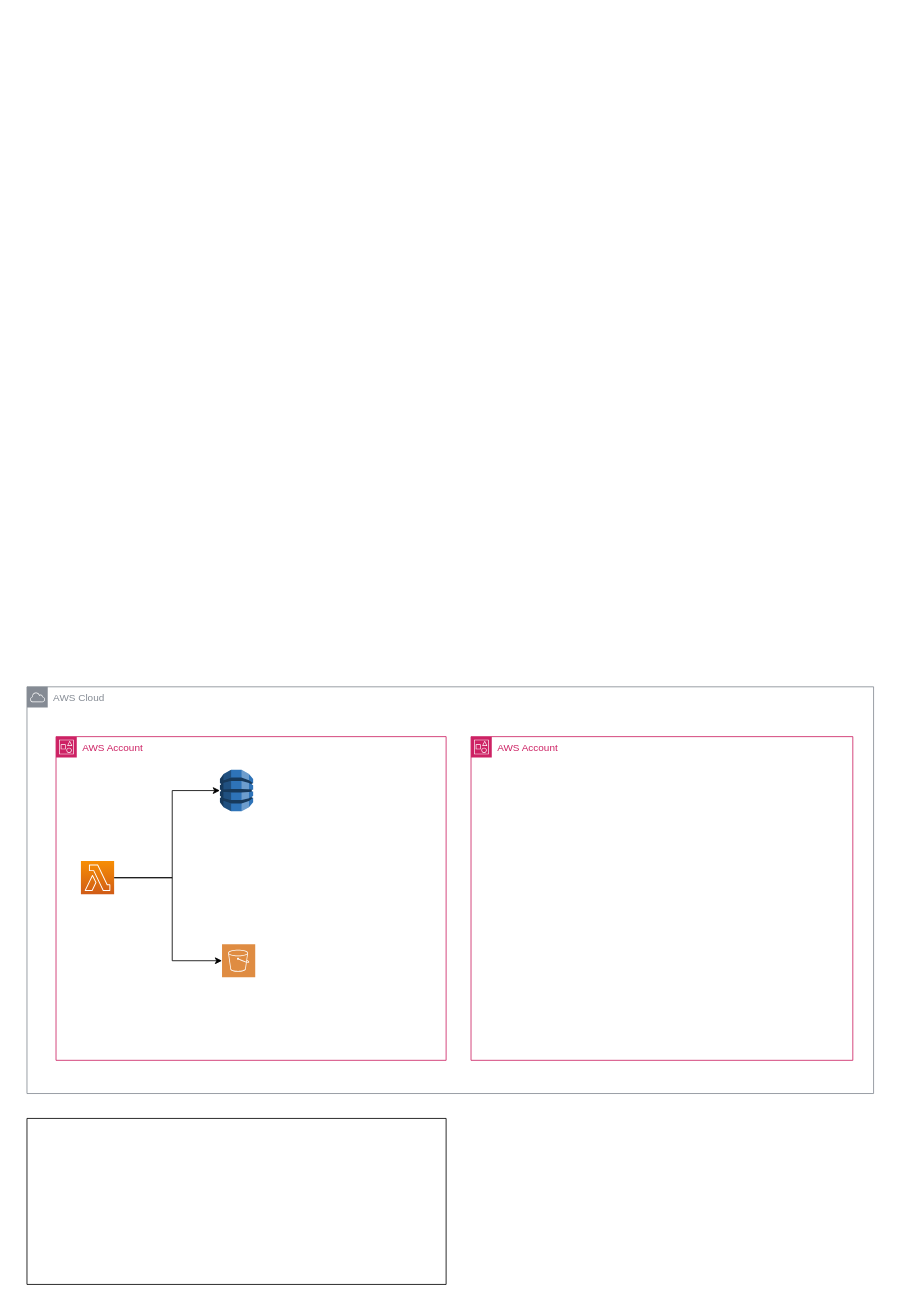
nonate/personalProject keeps this draw.io diagram as page "Athena" (1 of 2) of AWS Tombola.drawio. Above is the earlier version. Source tidied: cells renumbered, new cells numbered last; positions are measured from the earlier drawing's top-left corner, leaving out a move shared by most shapes. Both pictures are drawn from the tidied source at 83%, with x=0, y=0 at pixel (27, 686). Pictures stored in the file or linked from it are replaced by grey dashed boxes.
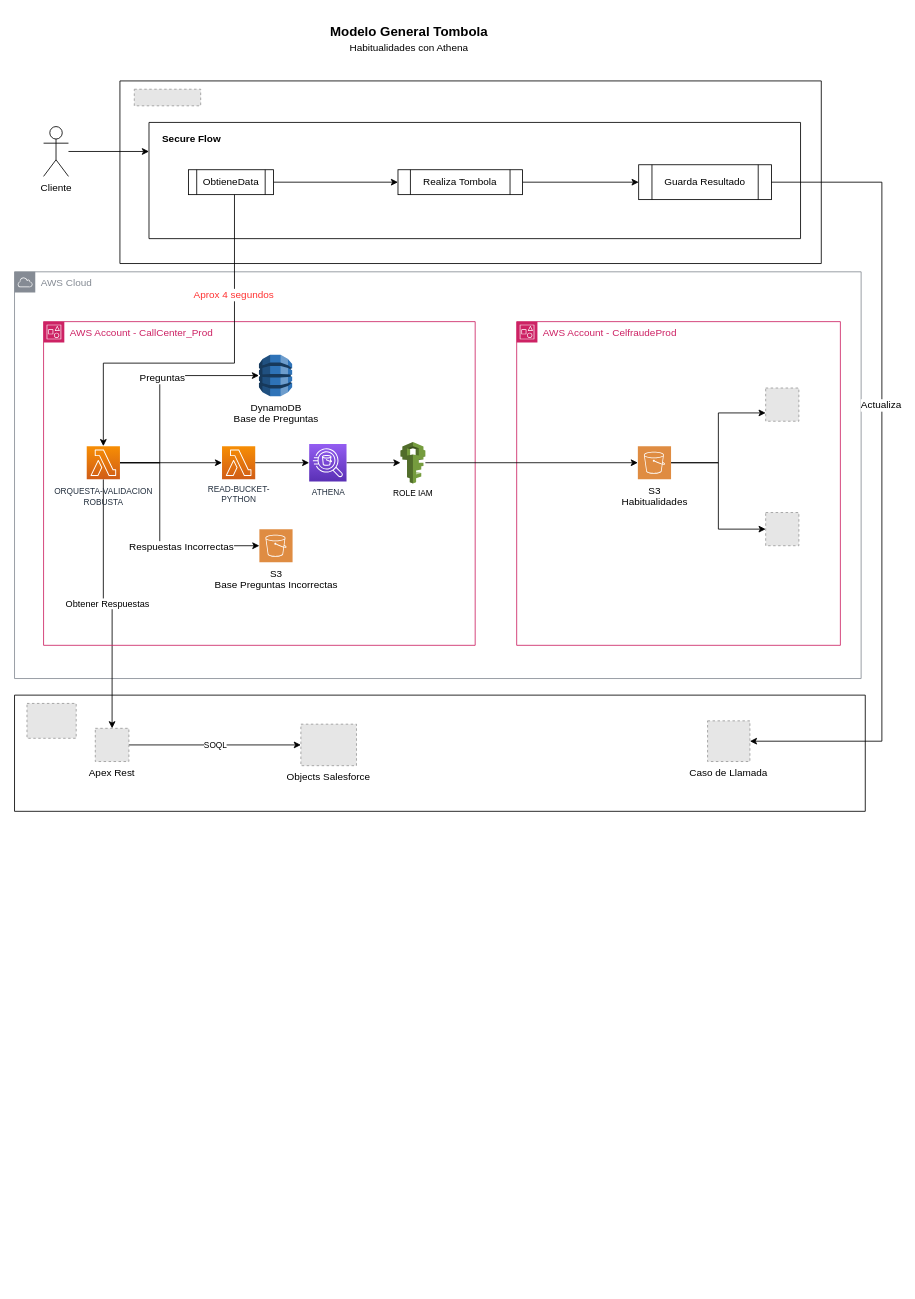
After the change.

Change to the diagram source:
```diff
@@
     <mxCell id="2" value="AWS Cloud" style="sketch=0;gradientColor=none;html=1;whiteSpace=wrap;fontSize=12;fontStyle=0;shape=mxgraph.aws4.group;grIcon=mxgraph.aws4.group_aws_cloud;strokeColor=#858B94;fillColor=none;verticalAlign=top;align=left;spacingLeft=30;fontColor=#858B94;dashed=0;" parent="1" vertex="1">
-      <mxGeometry width="1020" height="490" as="geometry" />
+      <mxGeometry x="-15" y="-500" width="1020" height="490" as="geometry" />
     </mxCell>
     <mxCell id="3" style="edgeStyle=orthogonalEdgeStyle;rounded=0;jettySize=auto;html=1;entryX=0;entryY=0.5;entryDx=0;entryDy=0;entryPerimeter=0;" parent="1" edge="1" source="5" target="7">
       <mxGeometry relative="1" as="geometry">
         <Array as="points">
-          <mxPoint x="175" y="230" />
-          <mxPoint x="175" y="125" />
+          <mxPoint x="160" y="-270" />
+          <mxPoint x="160" y="-375" />
         </Array>
       </mxGeometry>
     </mxCell>
+    <mxCell id="11" value="Preguntas" style="edgeLabel;html=1;align=center;verticalAlign=middle;fontSize=12;" parent="3" vertex="1">
+      <mxGeometry x="0.14" y="-2" relative="1" as="geometry" />
+    </mxCell>
     <mxCell id="4" style="edgeStyle=orthogonalEdgeStyle;rounded=0;jettySize=auto;html=1;" parent="1" edge="1" source="5" target="8">
       <mxGeometry relative="1" as="geometry">
         <Array as="points">
-          <mxPoint x="175" y="230" />
-          <mxPoint x="175" y="330" />
+          <mxPoint x="160" y="-270" />
+          <mxPoint x="160" y="-170" />
         </Array>
       </mxGeometry>
     </mxCell>
+    <mxCell id="12" value="Respuestas Incorrectas" style="edgeLabel;html=1;align=center;verticalAlign=middle;fontSize=12;" parent="4" vertex="1">
+      <mxGeometry x="0.29" y="-1" relative="1" as="geometry" />
+    </mxCell>
+    <mxCell id="13" value="Obtener Respuestas" style="edgeStyle=orthogonalEdgeStyle;rounded=0;jettySize=auto;html=1;entryX=0.5;entryY=0;entryDx=0;entryDy=0;" parent="1" edge="1" source="5" target="23">
+      <mxGeometry relative="1" as="geometry" />
+    </mxCell>
+    <mxCell id="14" style="edgeStyle=orthogonalEdgeStyle;rounded=0;jettySize=auto;html=1;entryX=0;entryY=0.5;entryDx=0;entryDy=0;entryPerimeter=0;fontSize=10;" parent="1" edge="1" source="5" target="15">
+      <mxGeometry relative="1" as="geometry" />
+    </mxCell>
-    <mxCell id="5" style="sketch=0;points=[[0,0,0],[0.25,0,0],[0.5,0,0],[0.75,0,0],[1,0,0],[0,1,0],[0.25,1,0],[0.5,1,0],[0.75,1,0],[1,1,0],[0,0.25,0],[0,0.5,0],[0,0.75,0],[1,0.25,0],[1,0.5,0],[1,0.75,0]];outlineConnect=0;fontColor=#232F3E;gradientColor=#F78E04;gradientDirection=north;fillColor=#D05C17;strokeColor=#ffffff;dashed=0;verticalLabelPosition=bottom;verticalAlign=top;align=center;html=1;fontSize=12;fontStyle=0;shape=mxgraph.aws4.resourceIcon;resIcon=mxgraph.aws4.lambda;" parent="1" vertex="1">
-      <mxGeometry x="65" y="210" width="40" height="40" as="geometry" />
+    <mxCell id="5" value="&lt;font style=&quot;font-size: 10px;&quot;&gt;ORQUESTA-VALIDACION&lt;br&gt;ROBUSTA&lt;/font&gt;" style="sketch=0;points=[[0,0,0],[0.25,0,0],[0.5,0,0],[0.75,0,0],[1,0,0],[0,1,0],[0.25,1,0],[0.5,1,0],[0.75,1,0],[1,1,0],[0,0.25,0],[0,0.5,0],[0,0.75,0],[1,0.25,0],[1,0.5,0],[1,0.75,0]];outlineConnect=0;fontColor=#232F3E;gradientColor=#F78E04;gradientDirection=north;fillColor=#D05C17;strokeColor=#ffffff;dashed=0;verticalLabelPosition=bottom;verticalAlign=top;align=center;html=1;fontSize=12;fontStyle=0;shape=mxgraph.aws4.resourceIcon;resIcon=mxgraph.aws4.lambda;" parent="1" vertex="1">
+      <mxGeometry x="72" y="-290" width="40" height="40" as="geometry" />
     </mxCell>
-    <mxCell id="6" value="AWS Account" style="gradientColor=none;html=1;whiteSpace=wrap;fontSize=12;fontStyle=0;shape=mxgraph.aws4.group;grIcon=mxgraph.aws4.group_account;strokeColor=#CD2264;fillColor=none;verticalAlign=top;align=left;spacingLeft=30;fontColor=#CD2264;dashed=0;" parent="1" vertex="1">
-      <mxGeometry x="35" y="60" width="470" height="390" as="geometry" />
+    <mxCell id="6" value="AWS Account - CallCenter_Prod" style="gradientColor=none;html=1;whiteSpace=wrap;fontSize=12;fontStyle=0;shape=mxgraph.aws4.group;grIcon=mxgraph.aws4.group_account;strokeColor=#CD2264;fillColor=none;verticalAlign=top;align=left;spacingLeft=30;fontColor=#CD2264;dashed=0;" parent="1" vertex="1">
+      <mxGeometry x="20" y="-440" width="520" height="390" as="geometry" />
     </mxCell>
-    <mxCell id="7" style="outlineConnect=0;dashed=0;verticalLabelPosition=bottom;verticalAlign=top;align=center;html=1;shape=mxgraph.aws3.dynamo_db;fillColor=#2E73B8;gradientColor=none;" parent="6" vertex="1">
-      <mxGeometry x="197.5" y="40" width="40" height="50" as="geometry" />
+    <mxCell id="7" value="DynamoDB&lt;br&gt;Base de Preguntas" style="outlineConnect=0;dashed=0;verticalLabelPosition=bottom;verticalAlign=top;align=center;html=1;shape=mxgraph.aws3.dynamo_db;fillColor=#2E73B8;gradientColor=none;" parent="6" vertex="1">
+      <mxGeometry x="259.5" y="40" width="40" height="50" as="geometry" />
     </mxCell>
-    <mxCell id="8" style="sketch=0;shadow=0;dashed=0;html=1;strokeColor=none;fillColor=#DF8C42;labelPosition=center;verticalLabelPosition=bottom;verticalAlign=top;align=center;outlineConnect=0;shape=mxgraph.veeam2.aws_s3;" parent="6" vertex="1">
-      <mxGeometry x="200" y="250" width="40" height="40" as="geometry" />
+    <mxCell id="8" value="S3&lt;br&gt;Base Preguntas Incorrectas" style="sketch=0;shadow=0;dashed=0;html=1;strokeColor=none;fillColor=#DF8C42;labelPosition=center;verticalLabelPosition=bottom;verticalAlign=top;align=center;outlineConnect=0;shape=mxgraph.veeam2.aws_s3;" parent="6" vertex="1">
+      <mxGeometry x="260" y="250" width="40" height="40" as="geometry" />
     </mxCell>
+    <mxCell id="15" value="READ-BUCKET-&lt;br style=&quot;font-size: 10px;&quot;&gt;PYTHON&lt;br style=&quot;font-size: 10px;&quot;&gt;" style="sketch=0;points=[[0,0,0],[0.25,0,0],[0.5,0,0],[0.75,0,0],[1,0,0],[0,1,0],[0.25,1,0],[0.5,1,0],[0.75,1,0],[1,1,0],[0,0.25,0],[0,0.5,0],[0,0.75,0],[1,0.25,0],[1,0.5,0],[1,0.75,0]];outlineConnect=0;fontColor=#232F3E;gradientColor=#F78E04;gradientDirection=north;fillColor=#D05C17;strokeColor=#ffffff;dashed=0;verticalLabelPosition=bottom;verticalAlign=top;align=center;html=1;fontSize=10;fontStyle=0;shape=mxgraph.aws4.resourceIcon;resIcon=mxgraph.aws4.lambda;" parent="6" vertex="1">
+      <mxGeometry x="215" y="150" width="40" height="40" as="geometry" />
+    </mxCell>
+    <mxCell id="16" value="ROLE IAM" style="outlineConnect=0;dashed=0;verticalLabelPosition=bottom;verticalAlign=top;align=center;html=1;shape=mxgraph.aws3.iam;fillColor=#759C3E;gradientColor=none;fontSize=10;" parent="6" vertex="1">
+      <mxGeometry x="430" y="145" width="30" height="50" as="geometry" />
+    </mxCell>
+    <mxCell id="17" style="edgeStyle=orthogonalEdgeStyle;rounded=0;jettySize=auto;html=1;fontSize=10;" parent="6" edge="1" source="18" target="16">
+      <mxGeometry relative="1" as="geometry" />
+    </mxCell>
+    <mxCell id="18" value="ATHENA" style="sketch=0;points=[[0,0,0],[0.25,0,0],[0.5,0,0],[0.75,0,0],[1,0,0],[0,1,0],[0.25,1,0],[0.5,1,0],[0.75,1,0],[1,1,0],[0,0.25,0],[0,0.5,0],[0,0.75,0],[1,0.25,0],[1,0.5,0],[1,0.75,0]];outlineConnect=0;fontColor=#232F3E;gradientColor=#945DF2;gradientDirection=north;fillColor=#5A30B5;strokeColor=#ffffff;dashed=0;verticalLabelPosition=bottom;verticalAlign=top;align=center;html=1;fontSize=10;fontStyle=0;shape=mxgraph.aws4.resourceIcon;resIcon=mxgraph.aws4.athena;" parent="6" vertex="1">
+      <mxGeometry x="320" y="147.5" width="45" height="45" as="geometry" />
+    </mxCell>
+    <mxCell id="19" style="edgeStyle=orthogonalEdgeStyle;rounded=0;jettySize=auto;html=1;fontSize=10;" parent="6" edge="1" source="15" target="18">
+      <mxGeometry relative="1" as="geometry" />
+    </mxCell>
-    <mxCell id="9" value="AWS Account" style="gradientColor=none;html=1;whiteSpace=wrap;fontSize=12;fontStyle=0;shape=mxgraph.aws4.group;grIcon=mxgraph.aws4.group_account;strokeColor=#CD2264;fillColor=none;verticalAlign=top;align=left;spacingLeft=30;fontColor=#CD2264;dashed=0;" parent="1" vertex="1">
-      <mxGeometry x="535" y="60" width="460" height="390" as="geometry" />
+    <mxCell id="9" value="AWS Account - CelfraudeProd&amp;nbsp;" style="gradientColor=none;html=1;whiteSpace=wrap;fontSize=12;fontStyle=0;shape=mxgraph.aws4.group;grIcon=mxgraph.aws4.group_account;strokeColor=#CD2264;fillColor=none;verticalAlign=top;align=left;spacingLeft=30;fontColor=#CD2264;dashed=0;" parent="1" vertex="1">
+      <mxGeometry x="590" y="-440" width="390" height="390" as="geometry" />
     </mxCell>
+    <mxCell id="20" style="fillColor=#E6E6E6;strokeColor=#999999;dashed=1;html=1;verticalAlign=top;verticalLabelPosition=bottom;labelBackgroundColor=#ffffff;fontSize=10;" parent="9" vertex="1">
+      <mxGeometry x="300" y="230" width="40" height="40" as="geometry" />
+    </mxCell>
     <mxCell id="10" style="swimlane;startSize=0;" parent="1" vertex="1">
-      <mxGeometry y="520" width="505" height="200" as="geometry" />
+      <mxGeometry x="-15" y="10" width="1025" height="140" as="geometry" />
     </mxCell>
+    <mxCell id="21" style="fillColor=#E6E6E6;strokeColor=#999999;dashed=1;verticalLabelPosition=bottom;labelBackgroundColor=default;verticalAlign=top;" parent="10" vertex="1">
+      <mxGeometry x="15" y="10" width="59.3" height="42" as="geometry" />
+    </mxCell>
+    <mxCell id="22" value="SOQL" style="edgeStyle=orthogonalEdgeStyle;rounded=0;jettySize=auto;html=1;entryX=0;entryY=0.5;entryDx=0;entryDy=0;fontSize=10;" parent="10" edge="1" source="23" target="24">
+      <mxGeometry relative="1" as="geometry" />
+    </mxCell>
+    <mxCell id="23" value="Apex Rest" style="fillColor=#E6E6E6;strokeColor=#999999;dashed=1;verticalLabelPosition=bottom;labelBackgroundColor=default;verticalAlign=top;" parent="10" vertex="1">
+      <mxGeometry x="97.3" y="40" width="40.5" height="40" as="geometry" />
+    </mxCell>
+    <mxCell id="24" value="Objects Salesforce" style="fillColor=#E6E6E6;strokeColor=#999999;dashed=1;verticalLabelPosition=bottom;labelBackgroundColor=default;verticalAlign=top;" parent="10" vertex="1">
+      <mxGeometry x="345" y="35" width="67" height="50" as="geometry" />
+    </mxCell>
+    <mxCell id="25" value="Caso de Llamada" style="fillColor=#E6E6E6;strokeColor=#999999;dashed=1;verticalLabelPosition=bottom;labelBackgroundColor=default;verticalAlign=top;" parent="10" vertex="1">
+      <mxGeometry x="835" y="31" width="51" height="49" as="geometry" />
+    </mxCell>
+    <mxCell id="26" style="edgeStyle=orthogonalEdgeStyle;rounded=0;jettySize=auto;html=1;entryX=0;entryY=0.75;entryDx=0;entryDy=0;fontSize=10;" parent="1" edge="1" source="28" target="29">
+      <mxGeometry relative="1" as="geometry" />
+    </mxCell>
+    <mxCell id="27" style="edgeStyle=orthogonalEdgeStyle;rounded=0;jettySize=auto;html=1;entryX=0;entryY=0.5;entryDx=0;entryDy=0;fontSize=10;" parent="1" edge="1" source="28" target="20">
+      <mxGeometry relative="1" as="geometry" />
+    </mxCell>
+    <mxCell id="28" value="S3&lt;br&gt;Habitualidades" style="sketch=0;shadow=0;dashed=0;html=1;strokeColor=none;fillColor=#DF8C42;labelPosition=center;verticalLabelPosition=bottom;verticalAlign=top;align=center;outlineConnect=0;shape=mxgraph.veeam2.aws_s3;" parent="1" vertex="1">
+      <mxGeometry x="736" y="-290" width="40" height="40" as="geometry" />
+    </mxCell>
+    <mxCell id="29" style="fillColor=#E6E6E6;strokeColor=#999999;dashed=1;html=1;verticalAlign=top;verticalLabelPosition=bottom;labelBackgroundColor=#ffffff;fontSize=10;" parent="1" vertex="1">
+      <mxGeometry x="890" y="-360" width="40" height="40" as="geometry" />
+    </mxCell>
+    <mxCell id="30" style="edgeStyle=orthogonalEdgeStyle;rounded=0;jettySize=auto;html=1;fontSize=10;" parent="1" edge="1" source="16" target="28">
+      <mxGeometry relative="1" as="geometry" />
+    </mxCell>
+    <mxCell id="31" style="swimlane;startSize=0;fontSize=10;" parent="1" vertex="1">
+      <mxGeometry x="112" y="-730" width="845" height="220" as="geometry" />
+    </mxCell>
+    <mxCell id="32" style="fillColor=#E6E6E6;strokeColor=#999999;dashed=1;verticalLabelPosition=bottom;labelBackgroundColor=default;verticalAlign=top;" parent="31" vertex="1">
+      <mxGeometry x="17.3" y="10" width="80" height="20" as="geometry" />
+    </mxCell>
+    <mxCell id="33" style="swimlane;startSize=0;fontSize=10;" parent="31" vertex="1">
+      <mxGeometry x="35" y="50" width="785" height="140" as="geometry" />
+    </mxCell>
+    <mxCell id="34" value="Secure Flow" style="text;strokeColor=none;fillColor=none;html=1;fontSize=12;fontStyle=1;verticalAlign=middle;align=center;" parent="33" vertex="1">
+      <mxGeometry x="27.5" y="10" width="47.7" height="20" as="geometry" />
+    </mxCell>
+    <mxCell id="35" style="edgeStyle=orthogonalEdgeStyle;rounded=0;jettySize=auto;html=1;fontSize=12;" parent="33" edge="1" source="36" target="38">
+      <mxGeometry relative="1" as="geometry" />
+    </mxCell>
+    <mxCell id="36" value="ObtieneData" style="shape=process;whiteSpace=wrap;html=1;backgroundOutline=1;fontSize=12;" parent="33" vertex="1">
+      <mxGeometry x="47.5" y="57" width="102.5" height="30" as="geometry" />
+    </mxCell>
+    <mxCell id="37" style="edgeStyle=orthogonalEdgeStyle;rounded=0;jettySize=auto;html=1;fontSize=12;" parent="33" edge="1" source="38" target="39">
+      <mxGeometry relative="1" as="geometry" />
+    </mxCell>
+    <mxCell id="38" value="Realiza Tombola" style="shape=process;whiteSpace=wrap;html=1;backgroundOutline=1;fontSize=12;" parent="33" vertex="1">
+      <mxGeometry x="300" y="57" width="150" height="30" as="geometry" />
+    </mxCell>
+    <mxCell id="39" value="Guarda Resultado" style="shape=process;whiteSpace=wrap;html=1;backgroundOutline=1;fontSize=12;" parent="33" vertex="1">
+      <mxGeometry x="590" y="51" width="160" height="42" as="geometry" />
+    </mxCell>
+    <mxCell id="40" style="edgeStyle=orthogonalEdgeStyle;rounded=0;jettySize=auto;html=1;entryX=0.5;entryY=0;entryDx=0;entryDy=0;entryPerimeter=0;fontSize=12;" parent="1" edge="1" source="36" target="5">
+      <mxGeometry relative="1" as="geometry">
+        <Array as="points">
+          <mxPoint x="250" y="-390" />
+          <mxPoint x="92" y="-390" />
+        </Array>
+      </mxGeometry>
+    </mxCell>
+    <mxCell id="41" value="Aprox 4 segundos" style="edgeLabel;html=1;align=center;verticalAlign=middle;fontSize=12;fontColor=#FF3333;" parent="40" vertex="1">
+      <mxGeometry x="-0.48" y="-2" relative="1" as="geometry" />
+    </mxCell>
+    <mxCell id="42" style="edgeStyle=orthogonalEdgeStyle;rounded=0;jettySize=auto;html=1;entryX=0;entryY=0.25;entryDx=0;entryDy=0;fontSize=12;" parent="1" edge="1" source="43" target="33">
+      <mxGeometry relative="1" as="geometry" />
+    </mxCell>
+    <mxCell id="43" value="Cliente" style="shape=umlActor;verticalLabelPosition=bottom;verticalAlign=top;html=1;outlineConnect=0;fontSize=12;" parent="1" vertex="1">
+      <mxGeometry x="20" y="-675" width="30" height="60" as="geometry" />
+    </mxCell>
+    <mxCell id="44" style="edgeStyle=orthogonalEdgeStyle;rounded=0;jettySize=auto;html=1;entryX=1;entryY=0.5;entryDx=0;entryDy=0;fontSize=12;fontColor=#FF3333;" parent="1" edge="1" source="39" target="25">
+      <mxGeometry relative="1" as="geometry">
+        <Array as="points">
+          <mxPoint x="1030" y="-608" />
+          <mxPoint x="1030" y="66" />
+        </Array>
+      </mxGeometry>
+    </mxCell>
+    <mxCell id="45" value="Actualiza" style="edgeLabel;html=1;align=center;verticalAlign=middle;fontSize=12;fontColor=#000000;" parent="44" vertex="1">
+      <mxGeometry x="-0.17" y="-2" relative="1" as="geometry" />
+    </mxCell>
+    <mxCell id="46" value="Modelo General Tombola" style="text;strokeColor=none;fillColor=none;html=1;fontSize=16;fontStyle=1;verticalAlign=middle;align=center;" parent="1" vertex="1">
+      <mxGeometry x="350" y="-810" width="220" height="40" as="geometry" />
+    </mxCell>
+    <mxCell id="47" value="Habitualidades con Athena" style="text;strokeColor=none;fillColor=none;html=1;fontSize=12;fontStyle=0;verticalAlign=middle;align=center;" parent="1" vertex="1">
+      <mxGeometry x="350" y="-790" width="220" height="40" as="geometry" />
+    </mxCell>
```
